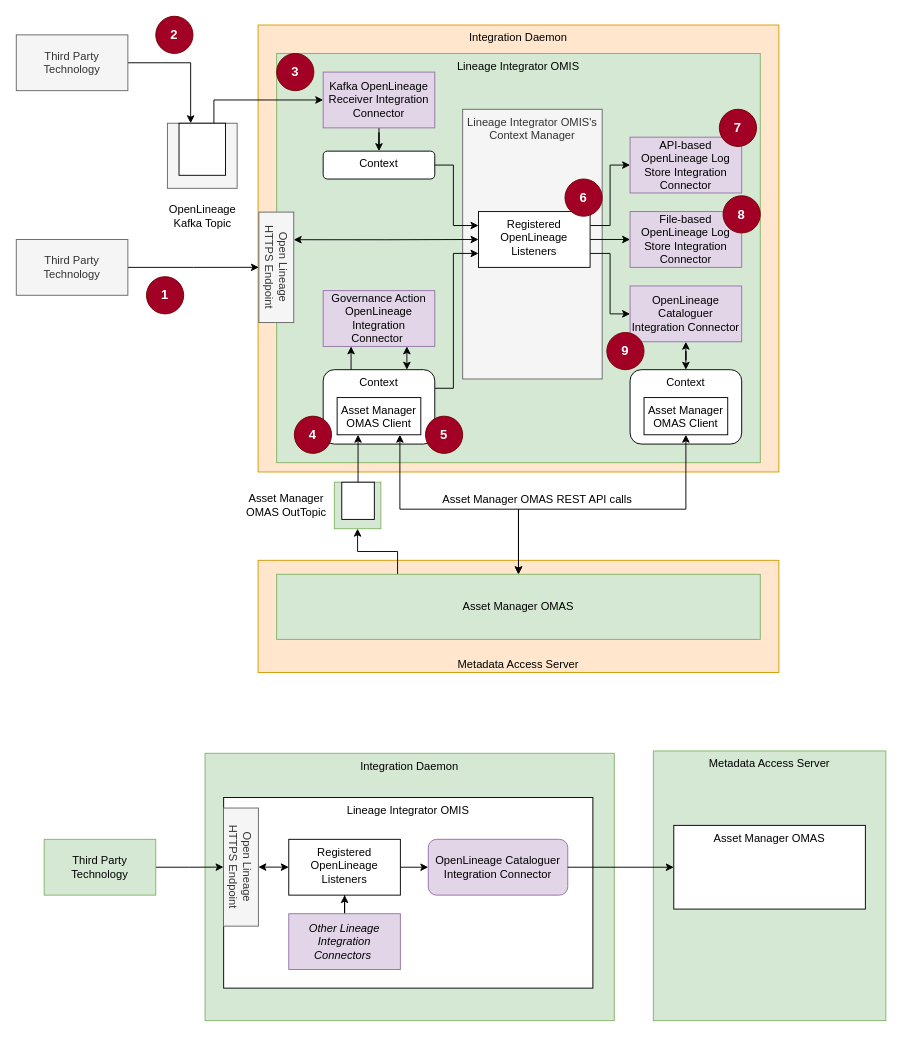
The draw.io diagram page "open-lineage-cataloguer-integration-connector" (6 of 16) of site/docs/connectors/connector-catalog.drawio in odpi/egeria-docs, before the edit. Source tidied: cells renumbered, new cells numbered last; positions are measured from the earlier drawing's top-left corner, leaving out a move shared by most shapes. Both pictures are drawn from the tidied source at 93%, with x=0, y=0 at pixel (16, 16).
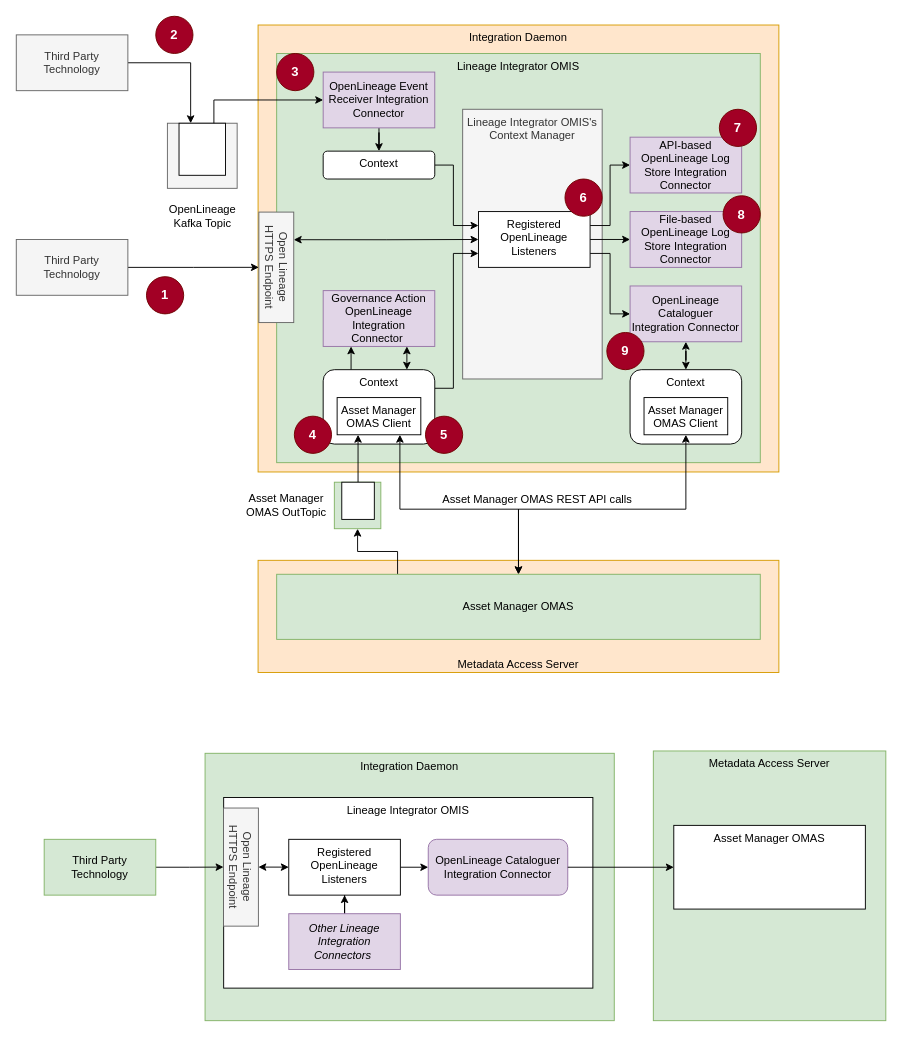
The same diagram, later.

Diff of the diagram source:
```diff
@@
-    <mxCell id="14" value="Kafka OpenLineage Receiver Integration Connector" style="rounded=0;whiteSpace=wrap;html=1;shadow=0;fillColor=#e1d5e7;strokeColor=#9673a6;" parent="1" vertex="1">
+    <mxCell id="14" value="OpenLineage Event Receiver Integration Connector" style="rounded=0;whiteSpace=wrap;html=1;shadow=0;fillColor=#e1d5e7;strokeColor=#9673a6;" parent="1" vertex="1">
       <mxGeometry x="330" y="60" width="120" height="60" as="geometry" />
     </mxCell>
```
